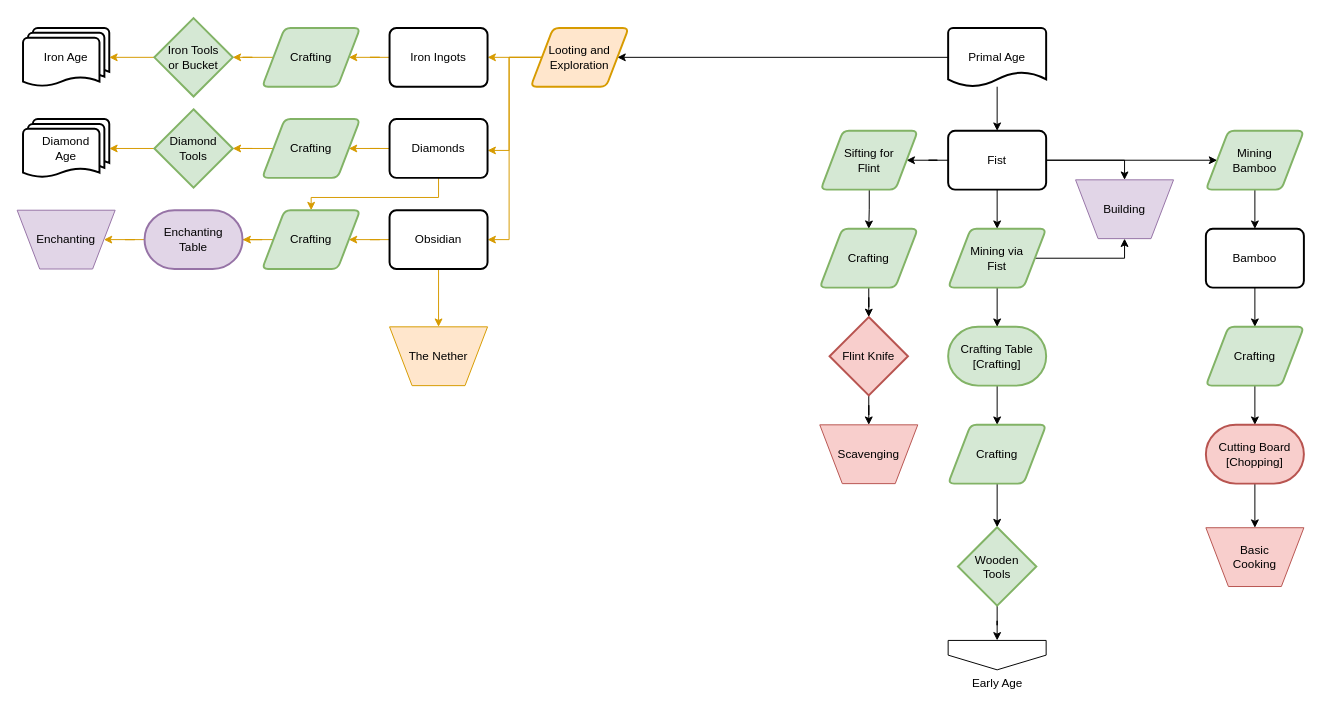
Earlier version of the draw.io diagram page "Primal Age" (3 of 7) of flowcharts/progression.drawio (MeepishRealms/Cog). Source tidied: cells renumbered, new cells numbered last; positions are measured from the earlier drawing's top-left corner, leaving out a move shared by most shapes. Both pictures are drawn from the tidied source at 98%, with x=0, y=0 at pixel (17, 18).
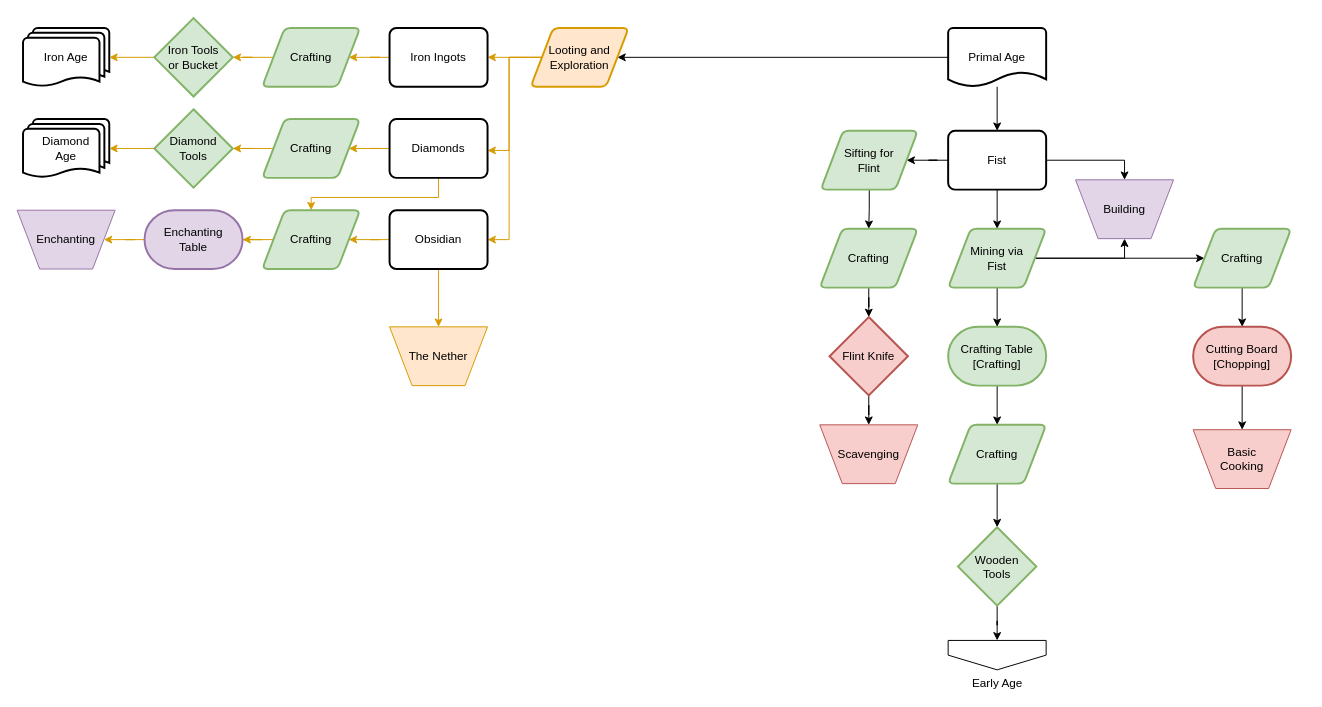
Above is the later version.

The change refers to these unchanged cells:
```xml
<mxCell id="6" value="Fist" style="rounded=1;whiteSpace=wrap;html=1;absoluteArcSize=1;arcSize=14;strokeWidth=2;" parent="1" vertex="1">
  <mxGeometry x="950" y="115" width="100" height="60" as="geometry" />
</mxCell>
<mxCell id="16" value="Mining via&lt;br&gt;Fist" style="shape=parallelogram;html=1;strokeWidth=2;perimeter=parallelogramPerimeter;whiteSpace=wrap;rounded=1;arcSize=12;size=0.23;fillColor=#d5e8d4;strokeColor=#82b366;" parent="1" vertex="1">
  <mxGeometry x="950" y="215" width="100" height="60" as="geometry" />
</mxCell>
```

The edit, as a diff of the source:
```diff
@@
-    <mxCell id="5" style="edgeStyle=orthogonalEdgeStyle;rounded=0;jettySize=auto;html=1;exitX=1;exitY=0.5;exitDx=0;exitDy=0;" parent="1" edge="1" source="6" target="62">
-      <mxGeometry relative="1" as="geometry" />
-    </mxCell>
@@
+    <mxCell id="66" style="edgeStyle=orthogonalEdgeStyle;rounded=0;jettySize=auto;html=1;exitX=1;exitY=0.5;exitDx=0;exitDy=0;" parent="1" edge="1" source="16" target="60">
+      <mxGeometry relative="1" as="geometry" />
+    </mxCell>
@@
-    <mxCell id="57" style="edgeStyle=orthogonalEdgeStyle;rounded=0;jettySize=auto;html=1;exitX=0.5;exitY=1;exitDx=0;exitDy=0;" parent="1" edge="1" source="58" target="60">
-      <mxGeometry relative="1" as="geometry" />
-    </mxCell>
-    <mxCell id="58" value="Bamboo" style="rounded=1;whiteSpace=wrap;html=1;absoluteArcSize=1;arcSize=14;strokeWidth=2;" parent="1" vertex="1">
-      <mxGeometry x="1213" y="215" width="100" height="60" as="geometry" />
-    </mxCell>
@@
     <mxCell id="60" value="Crafting" style="shape=parallelogram;html=1;strokeWidth=2;perimeter=parallelogramPerimeter;whiteSpace=wrap;rounded=1;arcSize=12;size=0.23;fillColor=#d5e8d4;strokeColor=#82b366;" parent="1" vertex="1">
-      <mxGeometry x="1213" y="315" width="100" height="60" as="geometry" />
+      <mxGeometry x="1200" y="215" width="100" height="60" as="geometry" />
     </mxCell>
-    <mxCell id="61" style="edgeStyle=orthogonalEdgeStyle;rounded=0;jettySize=auto;html=1;exitX=0.5;exitY=1;exitDx=0;exitDy=0;" parent="1" edge="1" source="62" target="58">
-      <mxGeometry relative="1" as="geometry" />
-    </mxCell>
-    <mxCell id="62" value="Mining&lt;br&gt;Bamboo" style="shape=parallelogram;html=1;strokeWidth=2;perimeter=parallelogramPerimeter;whiteSpace=wrap;rounded=1;arcSize=12;size=0.23;fillColor=#d5e8d4;strokeColor=#82b366;" parent="1" vertex="1">
-      <mxGeometry x="1213" y="115" width="100" height="60" as="geometry" />
-    </mxCell>
@@
     <mxCell id="64" value="Cutting Board&lt;br&gt;[Chopping]" style="strokeWidth=2;html=1;shape=mxgraph.flowchart.terminator;whiteSpace=wrap;fillColor=#f8cecc;strokeColor=#b85450;" parent="1" vertex="1">
-      <mxGeometry x="1213" y="415" width="100" height="60" as="geometry" />
+      <mxGeometry x="1200" y="315" width="100" height="60" as="geometry" />
     </mxCell>
     <mxCell id="65" value="Basic&lt;br&gt;Cooking" style="verticalLabelPosition=middle;verticalAlign=middle;html=1;shape=trapezoid;perimeter=trapezoidPerimeter;whiteSpace=wrap;size=0.23;arcSize=10;flipV=1;labelPosition=center;align=center;fillColor=#f8cecc;strokeColor=#b85450;" parent="1" vertex="1">
-      <mxGeometry x="1213" y="520" width="100" height="60" as="geometry" />
+      <mxGeometry x="1200" y="420" width="100" height="60" as="geometry" />
     </mxCell>
```
